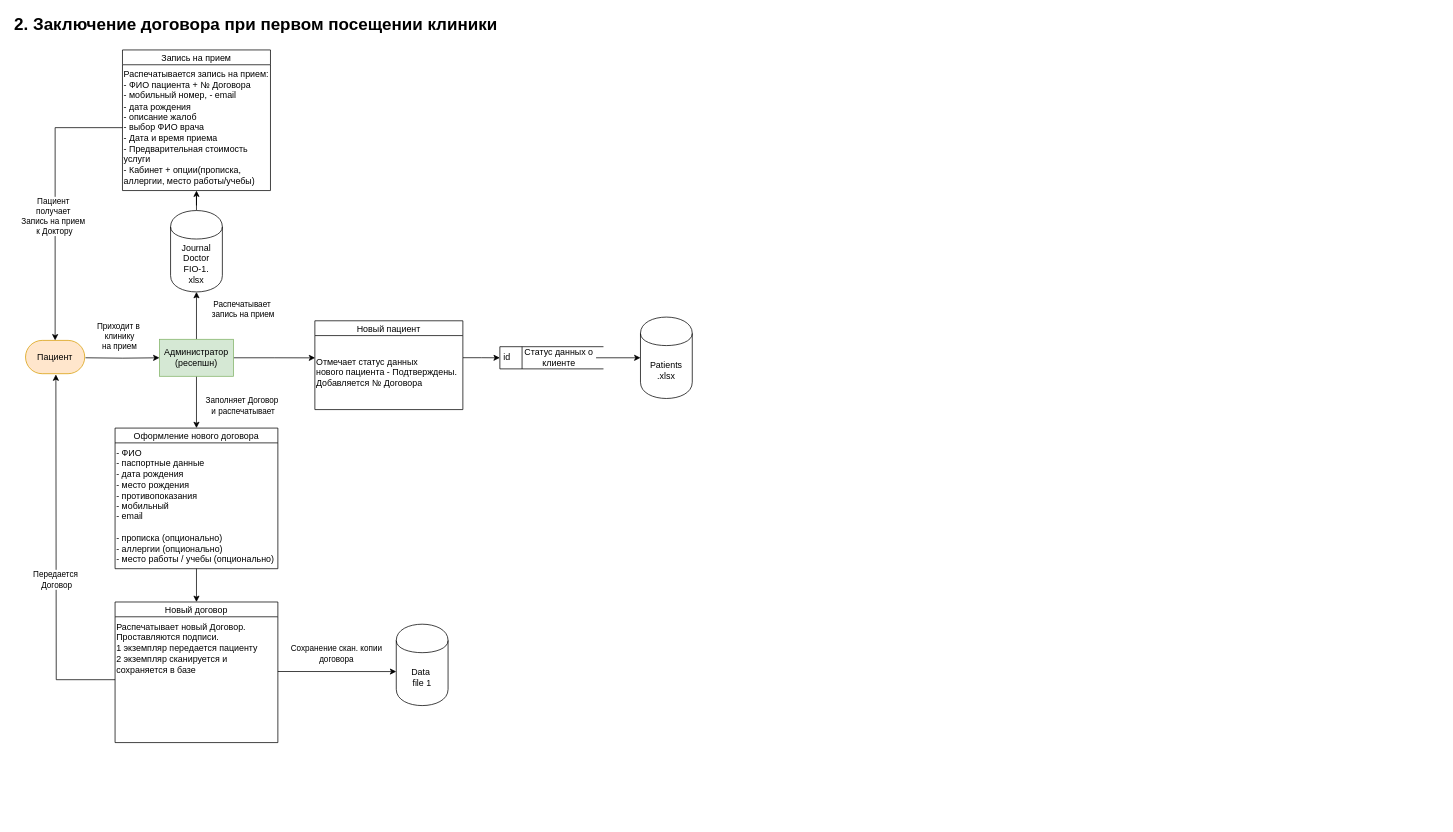
Ayzatullin/architecture-sprint-10 keeps this draw.io diagram as page "Заключение договора" (2 of 7) of Exc1/Data Flow Diagrams.drawio. Above is the earlier version. Source tidied: cells renumbered, new cells numbered last; positions are measured from the earlier drawing's top-left corner, leaving out a move shared by most shapes. Both pictures are drawn from the tidied source at 74%, with x=0, y=0 at pixel (13, 13).
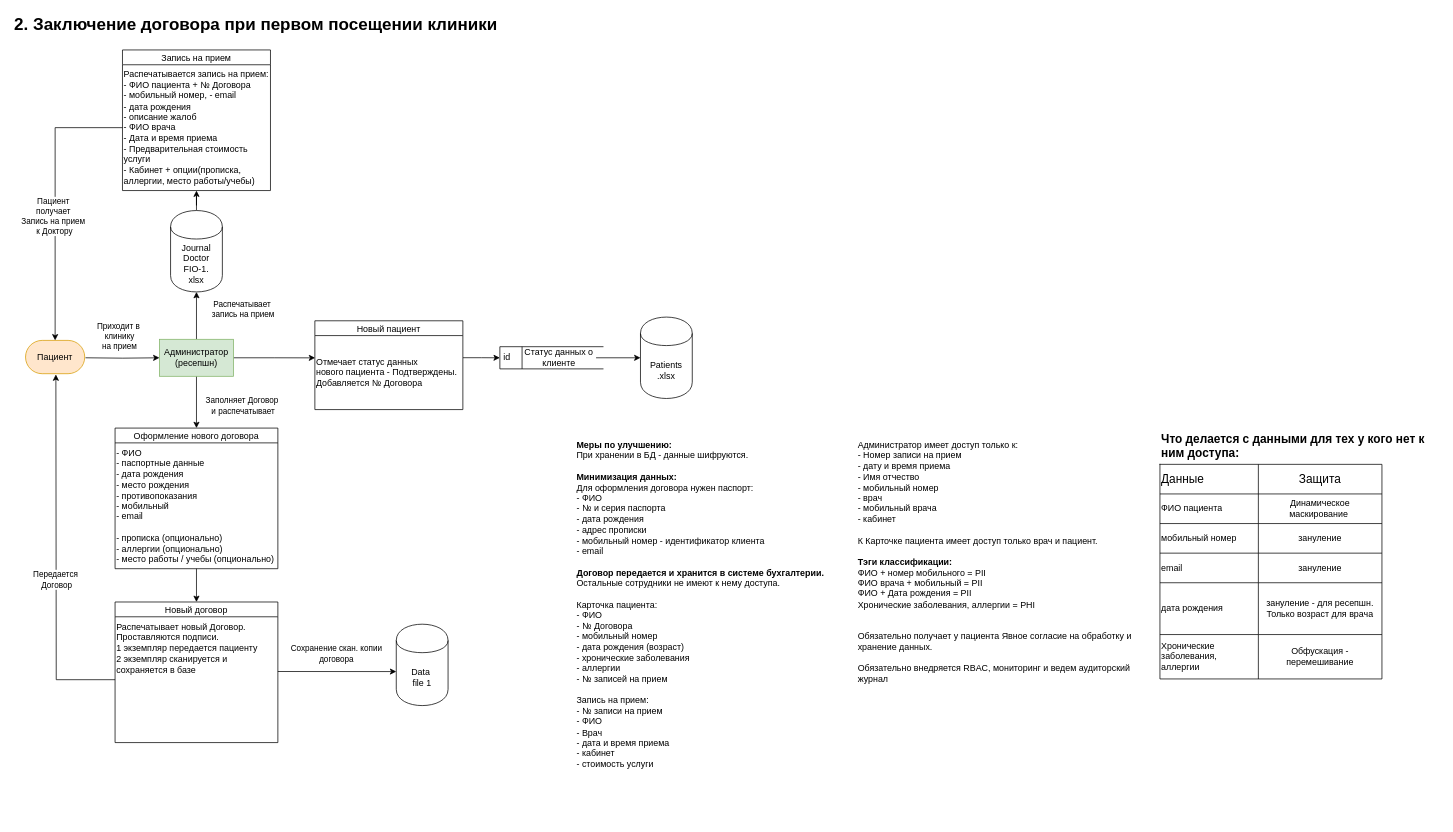
Above is the later version.

Unchanged cells that the change refers to:
```xml
<mxCell id="14" value="Запись на прием" style="swimlane;fontStyle=0;horizontal=1;startSize=20;fillColor=#ffffff;swimlaneFillColor=#ffffff;" parent="1" vertex="1">
  <mxGeometry x="148" y="50" width="200" height="190" as="geometry" />
</mxCell>
```

Change to the diagram source:
```diff
@@
-    <mxCell id="15" value="&lt;div style=&quot;&quot;&gt;Распечатывается запись на прием:&lt;/div&gt;&lt;div style=&quot;&quot;&gt;&lt;div&gt;&lt;span style=&quot;background-color: transparent; color: light-dark(rgb(0, 0, 0), rgb(255, 255, 255));&quot;&gt;- ФИО пациента&amp;nbsp;&lt;/span&gt;&lt;span style=&quot;background-color: transparent; color: light-dark(rgb(0, 0, 0), rgb(255, 255, 255));&quot;&gt;+ № Договора&lt;/span&gt;&lt;/div&gt;&lt;div&gt;- мобильный номер,&amp;nbsp;&lt;span style=&quot;background-color: transparent; color: light-dark(rgb(0, 0, 0), rgb(255, 255, 255));&quot;&gt;- email&lt;/span&gt;&lt;/div&gt;&lt;div&gt;- дата рождения&lt;/div&gt;&lt;div&gt;- описание жалоб&lt;/div&gt;&lt;div&gt;- выбор ФИО врача&lt;/div&gt;&lt;div&gt;- Дата и время приема&lt;/div&gt;&lt;div&gt;- Предварительная стоимость услуги&lt;/div&gt;&lt;div&gt;- Кабинет + опции(прописка, аллергии, место работы/учебы)&lt;/div&gt;&lt;/div&gt;" style="text;html=1;align=left;verticalAlign=middle;whiteSpace=wrap;rounded=0;" parent="14" vertex="1">
+    <mxCell id="15" value="&lt;div style=&quot;&quot;&gt;Распечатывается запись на прием:&lt;/div&gt;&lt;div style=&quot;&quot;&gt;&lt;div&gt;&lt;span style=&quot;background-color: transparent; color: light-dark(rgb(0, 0, 0), rgb(255, 255, 255));&quot;&gt;- ФИО пациента&amp;nbsp;&lt;/span&gt;&lt;span style=&quot;background-color: transparent; color: light-dark(rgb(0, 0, 0), rgb(255, 255, 255));&quot;&gt;+ № Договора&lt;/span&gt;&lt;/div&gt;&lt;div&gt;- мобильный номер,&amp;nbsp;&lt;span style=&quot;background-color: transparent; color: light-dark(rgb(0, 0, 0), rgb(255, 255, 255));&quot;&gt;- email&lt;/span&gt;&lt;/div&gt;&lt;div&gt;- дата рождения&lt;/div&gt;&lt;div&gt;- описание жалоб&lt;/div&gt;&lt;div&gt;- ФИО врача&lt;/div&gt;&lt;div&gt;- Дата и время приема&lt;/div&gt;&lt;div&gt;- Предварительная стоимость услуги&lt;/div&gt;&lt;div&gt;- Кабинет + опции(прописка, аллергии, место работы/учебы)&lt;/div&gt;&lt;/div&gt;" style="text;html=1;align=left;verticalAlign=middle;whiteSpace=wrap;rounded=0;" parent="14" vertex="1">
       <mxGeometry y="20" width="200" height="170" as="geometry" />
     </mxCell>
@@
+    <mxCell id="35" style="shape=table;startSize=0;childLayout=tableLayout;fontSize=16;" parent="1" vertex="1">
+      <mxGeometry x="1550" y="610" width="300" height="290" as="geometry" />
+    </mxCell>
+    <mxCell id="36" style="shape=tableRow;horizontal=0;startSize=0;swimlaneHead=0;swimlaneBody=0;strokeColor=inherit;top=0;left=0;bottom=0;right=0;fillColor=none;fontSize=16;" parent="35" vertex="1">
+      <mxGeometry width="300" height="40" as="geometry" />
+    </mxCell>
+    <mxCell id="37" value="Данные" style="shape=partialRectangle;html=1;whiteSpace=wrap;strokeColor=inherit;overflow=hidden;fillColor=none;top=0;left=0;bottom=0;right=0;fontSize=16;align=left;" parent="36" vertex="1">
+      <mxGeometry width="133" height="40" as="geometry" />
+    </mxCell>
+    <mxCell id="38" value="Защита" style="shape=partialRectangle;html=1;whiteSpace=wrap;strokeColor=inherit;overflow=hidden;fillColor=none;top=0;left=0;bottom=0;right=0;fontSize=16;" parent="36" vertex="1">
+      <mxGeometry x="133" width="167" height="40" as="geometry" />
+    </mxCell>
+    <mxCell id="39" style="shape=tableRow;horizontal=0;startSize=0;swimlaneHead=0;swimlaneBody=0;strokeColor=inherit;top=0;left=0;bottom=0;right=0;fillColor=none;fontSize=16;" parent="35" vertex="1">
+      <mxGeometry y="40" width="300" height="40" as="geometry" />
+    </mxCell>
+    <mxCell id="40" value="&lt;span&gt;ФИО пациента&lt;/span&gt;" style="shape=partialRectangle;html=1;whiteSpace=wrap;strokeColor=inherit;overflow=hidden;fillColor=none;top=0;left=0;bottom=0;right=0;fontSize=12;align=left;" parent="39" vertex="1">
+      <mxGeometry width="133" height="40" as="geometry" />
+    </mxCell>
+    <mxCell id="41" value="&lt;span style=&quot;line-height: 107%;&quot;&gt;Динамическое&lt;br&gt;маскирование&amp;nbsp;&lt;/span&gt;" style="shape=partialRectangle;html=1;whiteSpace=wrap;strokeColor=inherit;overflow=hidden;fillColor=none;top=0;left=0;bottom=0;right=0;fontSize=12;" parent="39" vertex="1">
+      <mxGeometry x="133" width="167" height="40" as="geometry" />
+    </mxCell>
+    <mxCell id="42" style="shape=tableRow;horizontal=0;startSize=0;swimlaneHead=0;swimlaneBody=0;strokeColor=inherit;top=0;left=0;bottom=0;right=0;fillColor=none;fontSize=16;" parent="35" vertex="1">
+      <mxGeometry y="80" width="300" height="40" as="geometry" />
+    </mxCell>
+    <mxCell id="43" value="&lt;span&gt;мобильный номер&lt;/span&gt;" style="shape=partialRectangle;html=1;whiteSpace=wrap;strokeColor=inherit;overflow=hidden;fillColor=none;top=0;left=0;bottom=0;right=0;fontSize=12;align=left;" parent="42" vertex="1">
+      <mxGeometry width="133" height="40" as="geometry" />
+    </mxCell>
+    <mxCell id="44" value="зануление" style="shape=partialRectangle;html=1;whiteSpace=wrap;strokeColor=inherit;overflow=hidden;fillColor=none;top=0;left=0;bottom=0;right=0;fontSize=12;" parent="42" vertex="1">
+      <mxGeometry x="133" width="167" height="40" as="geometry" />
+    </mxCell>
+    <mxCell id="45" style="shape=tableRow;horizontal=0;startSize=0;swimlaneHead=0;swimlaneBody=0;strokeColor=inherit;top=0;left=0;bottom=0;right=0;fillColor=none;fontSize=16;" parent="35" vertex="1">
+      <mxGeometry y="120" width="300" height="40" as="geometry" />
+    </mxCell>
+    <mxCell id="46" value="&lt;span&gt;email&lt;/span&gt;" style="shape=partialRectangle;html=1;whiteSpace=wrap;strokeColor=inherit;overflow=hidden;fillColor=none;top=0;left=0;bottom=0;right=0;fontSize=12;align=left;" parent="45" vertex="1">
+      <mxGeometry width="133" height="40" as="geometry" />
+    </mxCell>
+    <mxCell id="47" value="зануление" style="shape=partialRectangle;html=1;whiteSpace=wrap;strokeColor=inherit;overflow=hidden;fillColor=none;top=0;left=0;bottom=0;right=0;fontSize=12;" parent="45" vertex="1">
+      <mxGeometry x="133" width="167" height="40" as="geometry" />
+    </mxCell>
+    <mxCell id="48" style="shape=tableRow;horizontal=0;startSize=0;swimlaneHead=0;swimlaneBody=0;strokeColor=inherit;top=0;left=0;bottom=0;right=0;fillColor=none;fontSize=16;" parent="35" vertex="1">
+      <mxGeometry y="160" width="300" height="70" as="geometry" />
+    </mxCell>
+    <mxCell id="49" value="&lt;span&gt;дата рождения&lt;/span&gt;" style="shape=partialRectangle;html=1;whiteSpace=wrap;strokeColor=inherit;overflow=hidden;fillColor=none;top=0;left=0;bottom=0;right=0;fontSize=12;align=left;" parent="48" vertex="1">
+      <mxGeometry width="133" height="70" as="geometry" />
+    </mxCell>
+    <mxCell id="50" value="зануление - для ресепшн.&lt;div&gt;Только возраст для врача&lt;/div&gt;" style="shape=partialRectangle;html=1;whiteSpace=wrap;strokeColor=inherit;overflow=hidden;fillColor=none;top=0;left=0;bottom=0;right=0;fontSize=12;" parent="48" vertex="1">
+      <mxGeometry x="133" width="167" height="70" as="geometry" />
+    </mxCell>
+    <mxCell id="51" style="shape=tableRow;horizontal=0;startSize=0;swimlaneHead=0;swimlaneBody=0;strokeColor=inherit;top=0;left=0;bottom=0;right=0;fillColor=none;fontSize=16;" parent="35" vertex="1">
+      <mxGeometry y="230" width="300" height="60" as="geometry" />
+    </mxCell>
+    <mxCell id="52" value="Хронические заболевания, аллергии&amp;nbsp;" style="shape=partialRectangle;html=1;whiteSpace=wrap;strokeColor=inherit;overflow=hidden;fillColor=none;top=0;left=0;bottom=0;right=0;fontSize=12;align=left;" parent="51" vertex="1">
+      <mxGeometry width="133" height="60" as="geometry" />
+    </mxCell>
+    <mxCell id="53" value="Обфускация - перемешивание" style="shape=partialRectangle;html=1;whiteSpace=wrap;strokeColor=inherit;overflow=hidden;fillColor=none;top=0;left=0;bottom=0;right=0;fontSize=12;" parent="51" vertex="1">
+      <mxGeometry x="133" width="167" height="60" as="geometry" />
+    </mxCell>
+    <mxCell id="54" value="&lt;div&gt;&lt;span style=&quot;background-color: transparent; color: light-dark(rgb(0, 0, 0), rgb(255, 255, 255));&quot;&gt;&lt;b&gt;Меры по улучшению:&lt;/b&gt;&lt;/span&gt;&lt;/div&gt;&lt;div&gt;&lt;span style=&quot;background-color: transparent; color: light-dark(rgb(0, 0, 0), rgb(255, 255, 255));&quot;&gt;При хранении в БД - данные шифруются.&lt;/span&gt;&lt;/div&gt;&lt;div&gt;&lt;span style=&quot;background-color: transparent; color: light-dark(rgb(0, 0, 0), rgb(255, 255, 255));&quot;&gt;&lt;br&gt;&lt;/span&gt;&lt;/div&gt;&lt;div&gt;&lt;span style=&quot;background-color: transparent; color: light-dark(rgb(0, 0, 0), rgb(255, 255, 255));&quot;&gt;&lt;b&gt;Минимизация данных:&lt;/b&gt;&lt;/span&gt;&lt;/div&gt;&lt;div&gt;Для оформления договора нужен паспорт:&lt;/div&gt;&lt;div&gt;- ФИО&lt;/div&gt;&lt;div&gt;- № и серия паспорта&lt;/div&gt;&lt;div&gt;- дата рождения&lt;/div&gt;&lt;div&gt;- адрес прописки&lt;/div&gt;&lt;div&gt;- мобильный номер - идентификатор клиента&lt;/div&gt;&lt;div&gt;- emai&lt;span style=&quot;background-color: transparent; color: light-dark(rgb(0, 0, 0), rgb(255, 255, 255));&quot;&gt;l&lt;/span&gt;&lt;/div&gt;&lt;div&gt;&lt;span style=&quot;background-color: transparent; color: light-dark(rgb(0, 0, 0), rgb(255, 255, 255));&quot;&gt;&lt;br&gt;&lt;/span&gt;&lt;/div&gt;&lt;div&gt;&lt;span style=&quot;background-color: transparent; color: light-dark(rgb(0, 0, 0), rgb(255, 255, 255));&quot;&gt;&lt;b&gt;Договор передается и хранится в системе бухгалтерии.&lt;/b&gt;&lt;/span&gt;&lt;/div&gt;&lt;div&gt;Остальные сотрудники не имеют к нему доступа.&lt;/div&gt;&lt;div&gt;&lt;span style=&quot;background-color: transparent; color: light-dark(rgb(0, 0, 0), rgb(255, 255, 255));&quot;&gt;&lt;br&gt;&lt;/span&gt;&lt;/div&gt;&lt;div&gt;&lt;span style=&quot;background-color: transparent; color: light-dark(rgb(0, 0, 0), rgb(255, 255, 255));&quot;&gt;Карточка пациента:&amp;nbsp;&lt;/span&gt;&lt;/div&gt;&lt;div&gt;- ФИО&lt;/div&gt;&lt;div&gt;- № Договора&lt;/div&gt;&lt;div&gt;- мобильный&amp;nbsp;&lt;span style=&quot;background-color: transparent; color: light-dark(rgb(0, 0, 0), rgb(255, 255, 255));&quot;&gt;номер&lt;/span&gt;&lt;/div&gt;&lt;div&gt;&lt;span style=&quot;background-color: transparent; color: light-dark(rgb(0, 0, 0), rgb(255, 255, 255));&quot;&gt;- дата рождения (возраст)&amp;nbsp;&lt;/span&gt;&lt;/div&gt;&lt;div&gt;&lt;span style=&quot;background-color: transparent; color: light-dark(rgb(0, 0, 0), rgb(255, 255, 255));&quot;&gt;- хронические заболевания&lt;/span&gt;&lt;/div&gt;&lt;div&gt;&lt;span style=&quot;background-color: transparent; color: light-dark(rgb(0, 0, 0), rgb(255, 255, 255));&quot;&gt;- аллергии&lt;/span&gt;&lt;/div&gt;&lt;div&gt;&lt;span style=&quot;background-color: transparent; color: light-dark(rgb(0, 0, 0), rgb(255, 255, 255));&quot;&gt;- № записей на прием&lt;/span&gt;&lt;/div&gt;&lt;div&gt;&lt;span style=&quot;background-color: transparent; color: light-dark(rgb(0, 0, 0), rgb(255, 255, 255));&quot;&gt;&lt;br&gt;&lt;/span&gt;&lt;/div&gt;&lt;div&gt;&lt;span style=&quot;background-color: transparent; color: light-dark(rgb(0, 0, 0), rgb(255, 255, 255));&quot;&gt;Запись на прием:&lt;/span&gt;&lt;/div&gt;&lt;div&gt;&lt;span style=&quot;background-color: transparent; color: light-dark(rgb(0, 0, 0), rgb(255, 255, 255));&quot;&gt;- № записи на прием&lt;/span&gt;&lt;/div&gt;&lt;div&gt;&lt;span style=&quot;background-color: transparent; color: light-dark(rgb(0, 0, 0), rgb(255, 255, 255));&quot;&gt;- ФИО&lt;/span&gt;&lt;/div&gt;&lt;div&gt;&lt;span style=&quot;background-color: transparent; color: light-dark(rgb(0, 0, 0), rgb(255, 255, 255));&quot;&gt;- Врач&lt;/span&gt;&lt;/div&gt;&lt;div&gt;&lt;span style=&quot;background-color: transparent; color: light-dark(rgb(0, 0, 0), rgb(255, 255, 255));&quot;&gt;- дата и время приема&lt;/span&gt;&lt;/div&gt;&lt;div&gt;&lt;span style=&quot;background-color: transparent; color: light-dark(rgb(0, 0, 0), rgb(255, 255, 255));&quot;&gt;- кабинет&lt;/span&gt;&lt;/div&gt;&lt;div&gt;&lt;span style=&quot;background-color: transparent; color: light-dark(rgb(0, 0, 0), rgb(255, 255, 255));&quot;&gt;- стоимость услуги&lt;/span&gt;&lt;/div&gt;&lt;div&gt;&lt;br&gt;&lt;/div&gt;&lt;div&gt;&lt;br&gt;&lt;/div&gt;&lt;div&gt;&lt;br&gt;&lt;/div&gt;" style="text;html=1;align=left;verticalAlign=top;whiteSpace=wrap;rounded=0;" parent="1" vertex="1">
+      <mxGeometry x="760" y="570" width="370" height="520" as="geometry" />
+    </mxCell>
+    <mxCell id="55" value="&lt;div&gt;Администратор имеет доступ только к:&lt;/div&gt;&lt;div&gt;- Номер записи на прием&lt;/div&gt;&lt;div&gt;- дату и время приема&lt;/div&gt;&lt;div&gt;- Имя отчество&lt;/div&gt;&lt;div&gt;- мобильный номер&lt;/div&gt;&lt;div&gt;- врач&lt;/div&gt;&lt;div&gt;- мобильный врача&lt;/div&gt;&lt;div&gt;- кабинет&lt;/div&gt;&lt;div&gt;&lt;br&gt;&lt;/div&gt;&lt;div&gt;К Карточке пациента имеет доступ только врач и пациент.&amp;nbsp;&lt;/div&gt;&lt;div&gt;&lt;b&gt;&lt;br&gt;&lt;/b&gt;&lt;/div&gt;&lt;div&gt;&lt;b&gt;Тэги классификации:&lt;/b&gt;&lt;/div&gt;&lt;div&gt;ФИО +&amp;nbsp;&lt;span style=&quot;background-color: transparent; color: light-dark(rgb(0, 0, 0), rgb(255, 255, 255));&quot;&gt;номер мобильного = PII&lt;/span&gt;&lt;/div&gt;&lt;div&gt;ФИО врача + мобильный = PII&lt;span style=&quot;background-color: transparent; color: light-dark(rgb(0, 0, 0), rgb(255, 255, 255));&quot;&gt;&lt;/span&gt;&lt;/div&gt;&lt;div&gt;&lt;span style=&quot;background-color: transparent; color: light-dark(rgb(0, 0, 0), rgb(255, 255, 255));&quot;&gt;ФИО +&amp;nbsp;&lt;/span&gt;&lt;span style=&quot;background-color: transparent; color: light-dark(rgb(0, 0, 0), rgb(255, 255, 255));&quot;&gt;Дата рождения&lt;/span&gt;&lt;span style=&quot;background-color: transparent; color: light-dark(rgb(0, 0, 0), rgb(255, 255, 255));&quot;&gt;&amp;nbsp;&lt;/span&gt;&lt;span style=&quot;background-color: transparent; color: light-dark(rgb(0, 0, 0), rgb(255, 255, 255));&quot;&gt;= PII&lt;/span&gt;&lt;/div&gt;&lt;div&gt;&lt;span style=&quot;background-color: transparent; color: light-dark(rgb(0, 0, 0), rgb(255, 255, 255));&quot;&gt;Хронические заболевания, аллергии = PHI&lt;/span&gt;&lt;/div&gt;&lt;div&gt;&lt;span style=&quot;background-color: transparent; color: light-dark(rgb(0, 0, 0), rgb(255, 255, 255));&quot;&gt;&lt;br&gt;&lt;/span&gt;&lt;/div&gt;&lt;div&gt;&lt;span style=&quot;background-color: transparent; color: light-dark(rgb(0, 0, 0), rgb(255, 255, 255));&quot;&gt;&lt;br&gt;&lt;/span&gt;&lt;/div&gt;&lt;div&gt;&lt;span style=&quot;background-color: transparent; color: light-dark(rgb(0, 0, 0), rgb(255, 255, 255));&quot;&gt;Обязательно получает у пациента Явное согласие на обработку и хранение данных.&lt;/span&gt;&lt;/div&gt;&lt;div&gt;&lt;span style=&quot;background-color: transparent; color: light-dark(rgb(0, 0, 0), rgb(255, 255, 255));&quot;&gt;&lt;br&gt;&lt;/span&gt;&lt;/div&gt;&lt;div&gt;Обязательно внедряется RBAC, мониторинг и ведем аудиторский журнал&lt;span style=&quot;background-color: transparent; color: light-dark(rgb(0, 0, 0), rgb(255, 255, 255));&quot;&gt;&lt;/span&gt;&lt;/div&gt;" style="text;html=1;align=left;verticalAlign=top;whiteSpace=wrap;rounded=0;" parent="1" vertex="1">
+      <mxGeometry x="1140" y="570" width="380" height="420" as="geometry" />
+    </mxCell>
+    <mxCell id="56" value="Что делается с данными для тех у кого нет к ним доступа:" style="text;html=1;align=left;verticalAlign=middle;whiteSpace=wrap;rounded=0;fontStyle=1;fontSize=16;" parent="1" vertex="1">
+      <mxGeometry x="1550" y="570" width="380" height="30" as="geometry" />
+    </mxCell>
```
